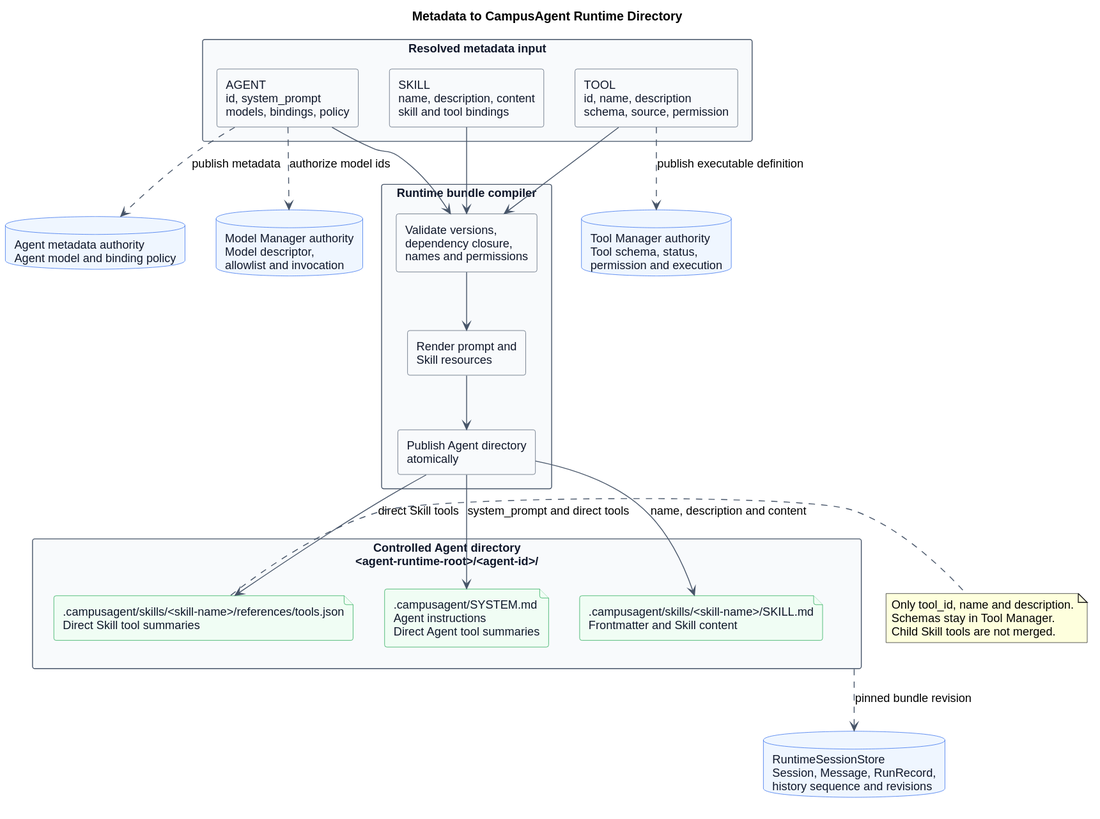
Earlier version of the PlantUML export pi-mono-java-manager-driven-multi-agent-runtime/metadata_runtime_directory_mapping.svg (superheromeZzh/pi-mono-java-design).
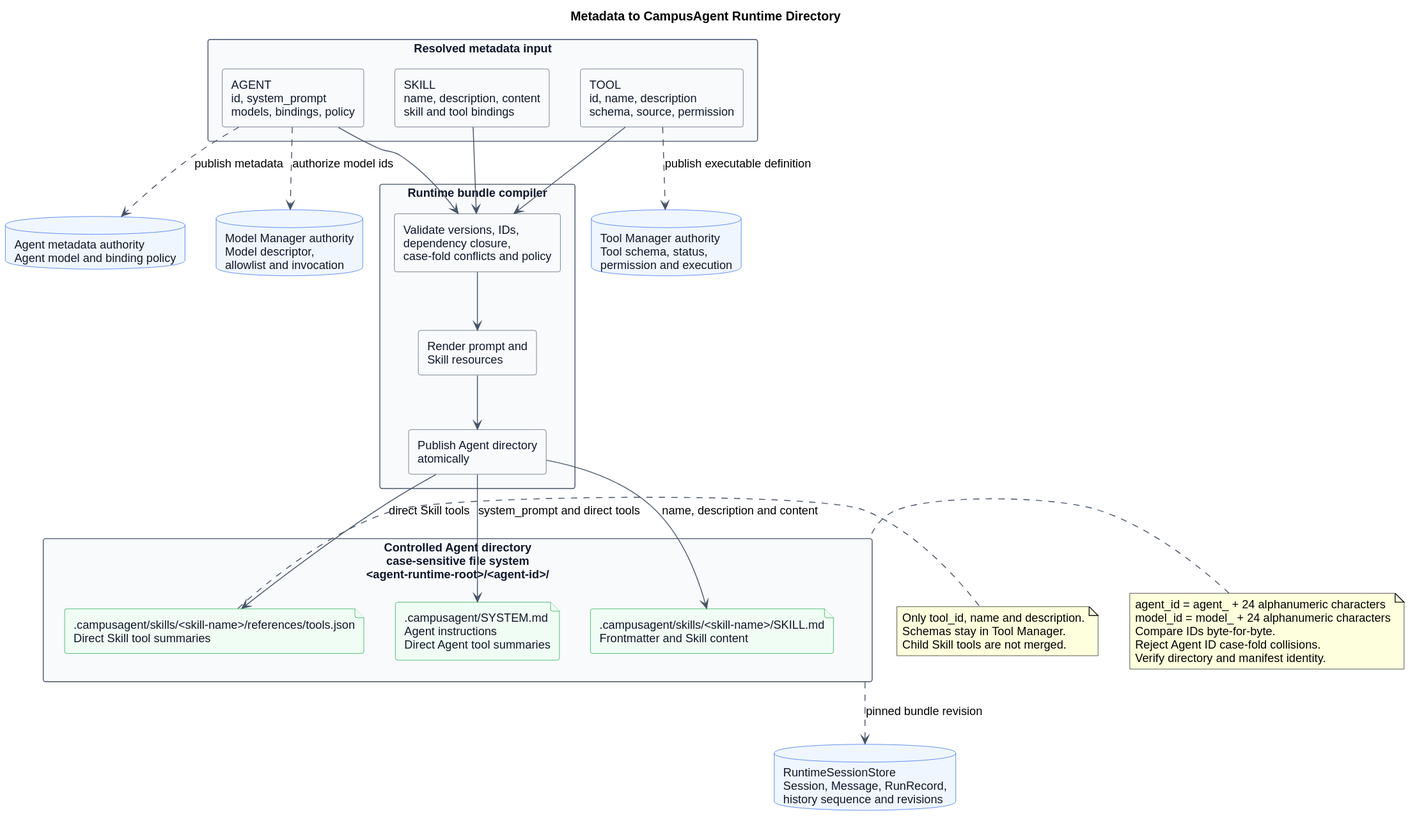
Later version of the same file.

Diff of the diagram source:
```diff
@@ -30,12 +30,12 @@
 }
 
 rectangle "Runtime bundle compiler" as Compiler {
-  rectangle "Validate versions,\ndependency closure,\nnames and permissions" as Validate
+  rectangle "Validate versions, IDs,\ndependency closure,\ncase-fold conflicts and policy" as Validate
   rectangle "Render prompt and\nSkill resources" as Render
   rectangle "Publish Agent directory\natomically" as Publish
 }
 
-rectangle "Controlled Agent directory\n<agent-runtime-root>/<agent-id>/" as AgentDirectory {
+rectangle "Controlled Agent directory\ncase-sensitive file system\n<agent-runtime-root>/<agent-id>/" as AgentDirectory {
   file ".campusagent/SYSTEM.md\nAgent instructions\nDirect Agent tool summaries" as SystemFile
   file ".campusagent/skills/<skill-name>/SKILL.md\nFrontmatter and Skill content" as SkillFile
   file ".campusagent/skills/<skill-name>/references/tools.json\nDirect Skill tool summaries" as SkillToolsFile
@@ -65,4 +65,12 @@
 Schemas stay in Tool Manager.
 Child Skill tools are not merged.
 end note
+
+note left of AgentDirectory
+agent_id = agent_ + 24 alphanumeric characters
+model_id = model_ + 24 alphanumeric characters
+Compare IDs byte-for-byte.
+Reject Agent ID case-fold collisions.
+Verify directory and manifest identity.
+end note
 @enduml
```
